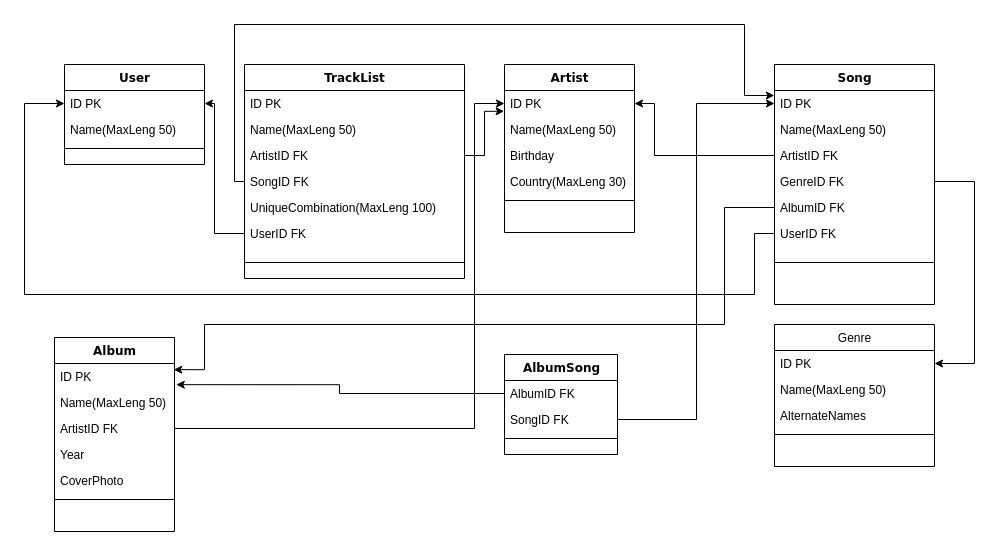
The draw.io diagram TrackListDiagram.drawio in C0baltt/Course_project, before the edit. Source tidied: cells renumbered, new cells numbered last; positions are measured from the earlier drawing's top-left corner, leaving out a move shared by most shapes. Both pictures are drawn from the tidied source at 100%, with x=0, y=0 at pixel (24, 24).
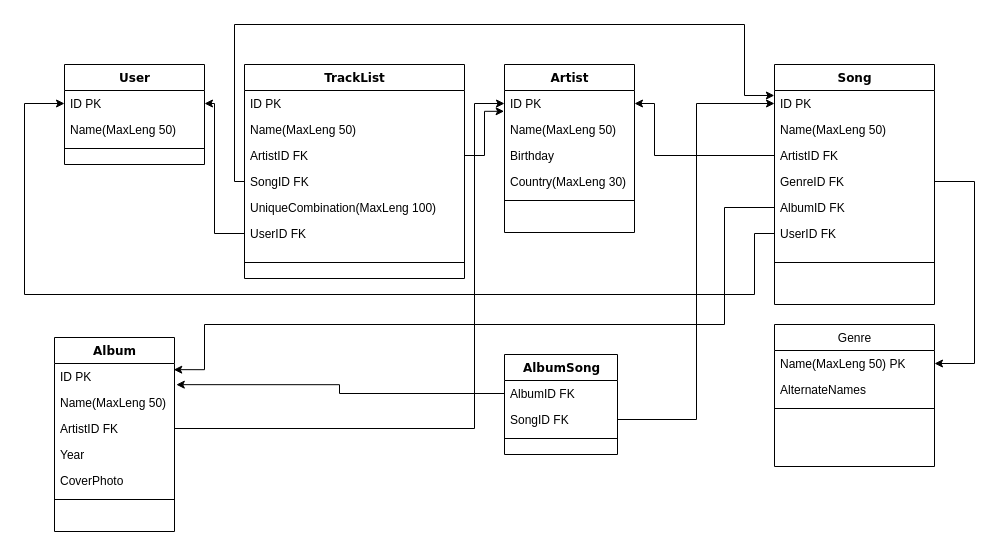
After the change.

Commit message (it also covers changes not shown here):
Remove field GenreId from class Genre and class  Song, changed Diagram

Unchanged cells that the change refers to:
```xml
<mxCell id="35" value="GenreID FK" style="text;html=1;strokeColor=none;fillColor=none;align=left;verticalAlign=top;spacingLeft=4;spacingRight=4;whiteSpace=wrap;overflow=hidden;points=[[0,0.5],[1,0.5]];portConstraint=eastwest;" parent="31" vertex="1">
  <mxGeometry y="104" width="160" height="26" as="geometry" />
</mxCell>
<mxCell id="39" value="&lt;span style=&quot;font-family: &amp;#34;helvetica&amp;#34; ; font-weight: 400 ; text-align: left&quot;&gt;Genre&lt;/span&gt;" style="swimlane;html=1;fontStyle=1;align=center;verticalAlign=top;horizontal=1;startSize=26;swimlaneFillColor=#ffffff;rounded=0;shadow=0;comic=0;labelBackgroundColor=none;strokeWidth=1;fillColor=none;fontFamily=Verdana;fontSize=12;" parent="1" vertex="1">
  <mxGeometry x="750" y="300" width="160" height="142" as="geometry" />
</mxCell>
```

Diff of the diagram source:
```diff
@@
-    <mxCell id="40" value="ID PK" style="text;html=1;strokeColor=none;fillColor=none;align=left;verticalAlign=top;spacingLeft=4;spacingRight=4;whiteSpace=wrap;overflow=hidden;points=[[0,0.5],[1,0.5]];portConstraint=eastwest;" parent="39" vertex="1">
-      <mxGeometry y="26" width="160" height="26" as="geometry" />
-    </mxCell>
-    <mxCell id="41" value="Name(MaxLeng 50)" style="text;html=1;strokeColor=none;fillColor=none;align=left;verticalAlign=top;spacingLeft=4;spacingRight=4;whiteSpace=wrap;overflow=hidden;" parent="39" vertex="1">
-      <mxGeometry y="52" width="160" height="26" as="geometry" />
+    <mxCell id="41" value="Name(MaxLeng 50) PK" style="text;html=1;strokeColor=none;fillColor=none;align=left;verticalAlign=top;spacingLeft=4;spacingRight=4;whiteSpace=wrap;overflow=hidden;" parent="39" vertex="1">
+      <mxGeometry y="26" width="160" height="26" as="geometry" />
     </mxCell>
     <mxCell id="42" value="AlternateNames" style="text;html=1;strokeColor=none;fillColor=none;align=left;verticalAlign=top;spacingLeft=4;spacingRight=4;whiteSpace=wrap;overflow=hidden;" parent="39" vertex="1">
-      <mxGeometry y="78" width="160" height="26" as="geometry" />
+      <mxGeometry y="52" width="160" height="26" as="geometry" />
     </mxCell>
     <mxCell id="43" style="line;html=1;strokeWidth=1;fillColor=none;align=left;verticalAlign=middle;spacingTop=-1;spacingLeft=3;spacingRight=3;labelPosition=right;" parent="39" vertex="1">
-      <mxGeometry y="104" width="160" height="12" as="geometry" />
+      <mxGeometry y="78" width="160" height="12" as="geometry" />
     </mxCell>
@@
-    <mxCell id="46" style="edgeStyle=orthogonalEdgeStyle;rounded=0;jettySize=auto;html=1;exitX=1;exitY=0.5;exitDx=0;exitDy=0;entryX=1;entryY=0.5;entryDx=0;entryDy=0;" parent="1" edge="1" source="35" target="40">
+    <mxCell id="46" style="edgeStyle=orthogonalEdgeStyle;rounded=0;jettySize=auto;html=1;exitX=1;exitY=0.5;exitDx=0;exitDy=0;entryX=1;entryY=0.5;entryDx=0;entryDy=0;" parent="1" edge="1" source="35">
       <mxGeometry relative="1" as="geometry">
+        <mxPoint x="910" y="339" as="targetPoint" />
         <Array as="points">
           <mxPoint x="950" y="157" />
           <mxPoint x="950" y="339" />
         </Array>
       </mxGeometry>
     </mxCell>
```
